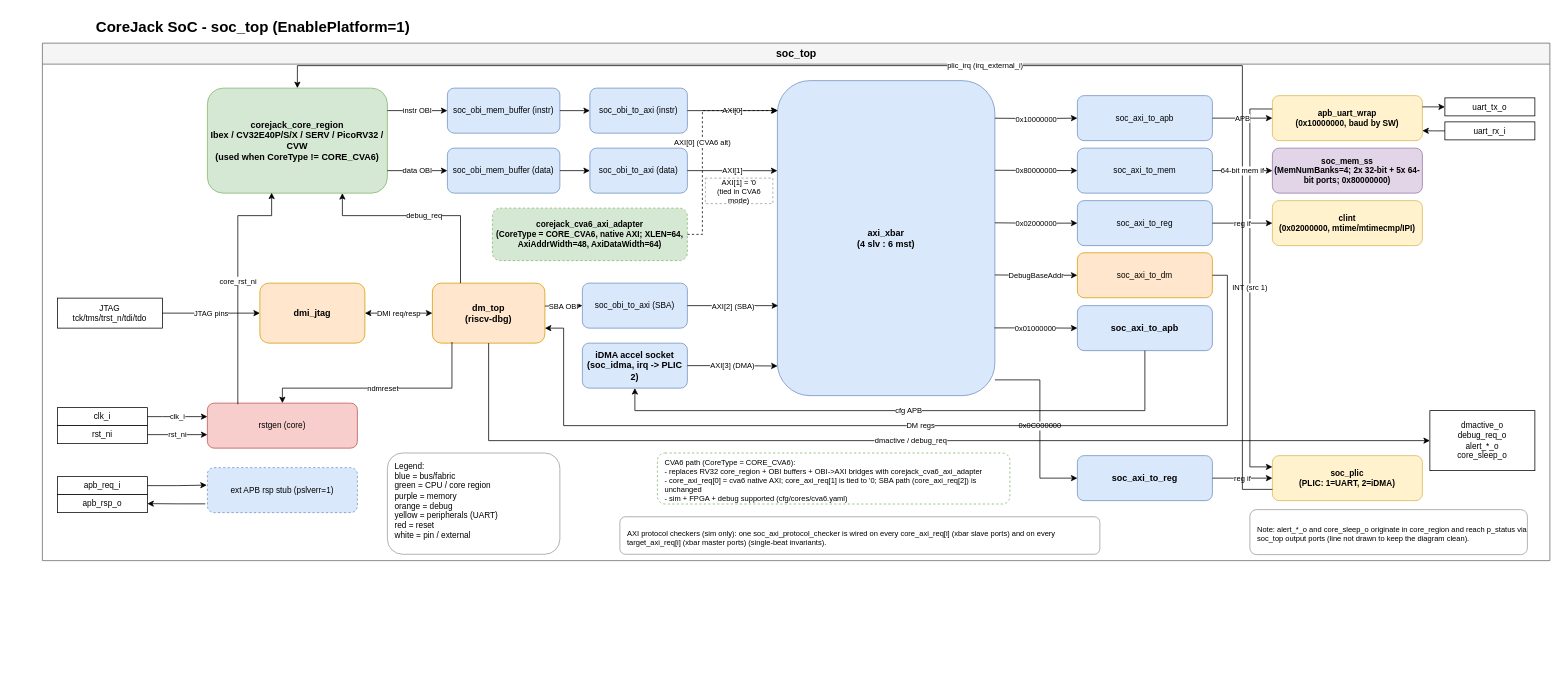
This is page "SoC Top-Level" (1 of 8) of docs/media/corejack_soc.drawio from patrickerich/corejack, a draw.io file, before an edit. Source tidied: cells renumbered, new cells numbered last; positions are measured from the earlier drawing's top-left corner, leaving out a move shared by most shapes. Both pictures are drawn from the tidied source at 75%, with x=0, y=0 at pixel (13, 13).
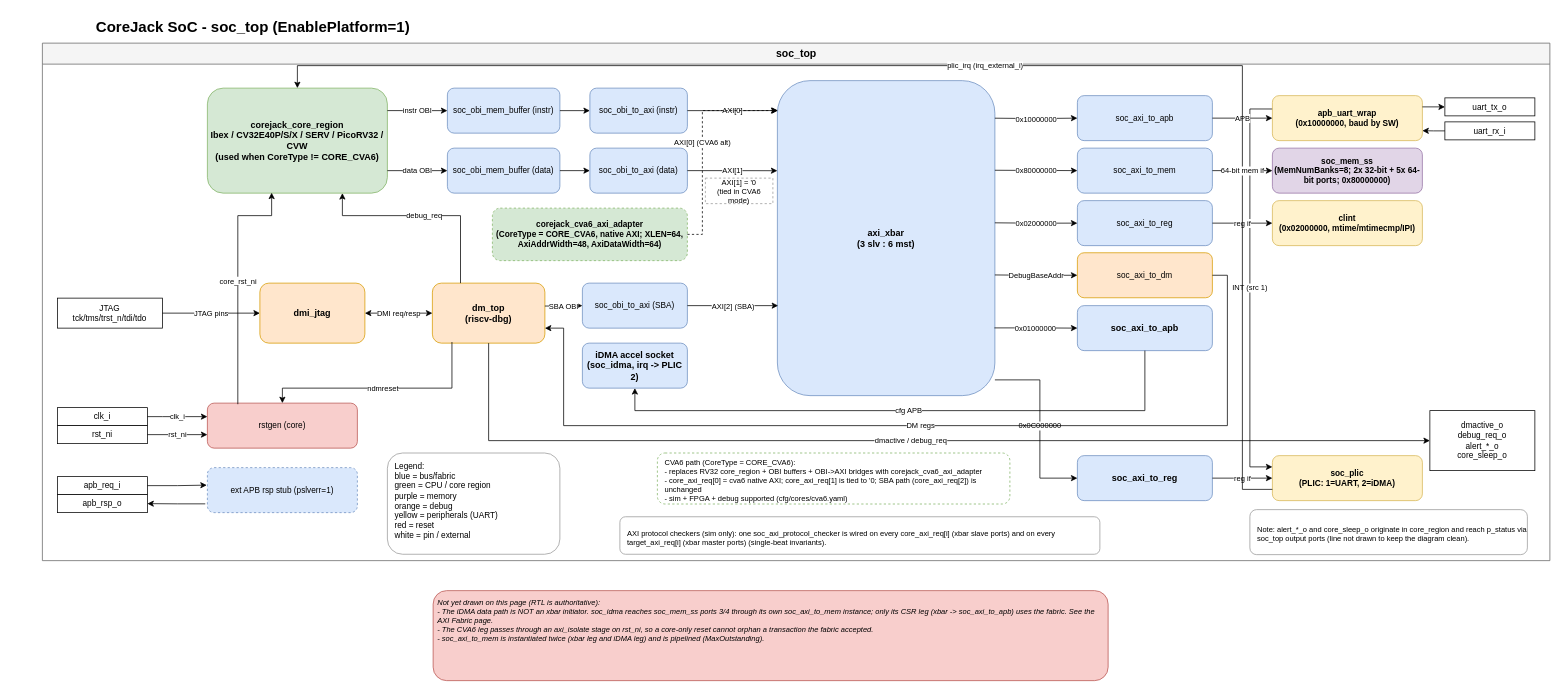
After the change.

Commit message (it also covers changes not shown here):
Redraw the block diagrams for the current fabric

Unchanged cells that the change refers to:
```xml
<mxCell id="3" value="soc_top" style="swimlane;fontSize=14;fontStyle=1;html=1;startSize=28;fillColor=#F5F5F5;strokeColor=#666666;swimlaneFillColor=#FFFFFF;" parent="1" vertex="1">
  <mxGeometry x="39" y="40" width="2010" height="690" as="geometry" />
</mxCell>
<mxCell id="23" value="iDMA accel socket&#10;(soc_idma, irq -&gt; PLIC 2)" style="rounded=1;whiteSpace=wrap;html=1;fillColor=#dae8fc;strokeColor=#6c8ebf;fontSize=12;fontStyle=1;verticalAlign=middle;" parent="3" vertex="1">
  <mxGeometry x="720" y="400" width="140" height="60" as="geometry" />
</mxCell>
```

Change to the diagram source:
```diff
@@
-    <mxCell id="22" value="axi_xbar&#10;(4 slv : 6 mst)" style="rounded=1;whiteSpace=wrap;html=1;fillColor=#dae8fc;strokeColor=#6c8ebf;fontSize=12;fontStyle=1;verticalAlign=middle;" parent="3" vertex="1">
+    <mxCell id="22" value="axi_xbar&#10;(3 slv : 6 mst)" style="rounded=1;whiteSpace=wrap;html=1;fillColor=#dae8fc;strokeColor=#6c8ebf;fontSize=12;fontStyle=1;verticalAlign=middle;" parent="3" vertex="1">
       <mxGeometry x="980" y="50" width="290" height="420" as="geometry" />
     </mxCell>
@@
-    <mxCell id="30" value="AXI[3] (DMA)" style="endArrow=classic;html=1;edgeStyle=orthogonalEdgeStyle;rounded=0;fontSize=10;exitX=1;exitY=0.5;entryX=0.001;entryY=0.906;entryDx=0;entryDy=0;entryPerimeter=0;" parent="3" edge="1" source="23" target="22">
-      <mxGeometry relative="1" as="geometry" />
-    </mxCell>
@@
-    <mxCell id="74" value="soc_mem_ss&#10;(MemNumBanks=4; 2x 32-bit + 5x 64-bit ports; 0x80000000)" style="rounded=1;whiteSpace=wrap;html=1;fillColor=#e1d5e7;strokeColor=#9673a6;fontSize=11;fontStyle=1;verticalAlign=middle;" parent="3" vertex="1">
+    <mxCell id="74" value="soc_mem_ss&#10;(MemNumBanks=8; 2x 32-bit + 5x 64-bit ports; 0x80000000)" style="rounded=1;whiteSpace=wrap;html=1;fillColor=#e1d5e7;strokeColor=#9673a6;fontSize=11;fontStyle=1;verticalAlign=middle;" parent="3" vertex="1">
       <mxGeometry x="1640" y="140" width="200" height="60" as="geometry" />
     </mxCell>
@@
+    <mxCell id="76" value="Not yet drawn on this page (RTL is authoritative):&#10;- The iDMA data path is NOT an xbar initiator. soc_idma reaches soc_mem_ss ports 3/4 through its own soc_axi_to_mem instance; only its CSR leg (xbar -&gt; soc_axi_to_apb) uses the fabric. See the AXI Fabric page.&#10;- The CVA6 leg passes through an axi_isolate stage on rst_ni, so a core-only reset cannot orphan a transaction the fabric accepted.&#10;- soc_axi_to_mem is instantiated twice (xbar leg and iDMA leg) and is pipelined (MaxOutstanding)." style="text;html=1;strokeColor=#b85450;fillColor=#f8cecc;align=left;verticalAlign=top;whiteSpace=wrap;rounded=1;fontSize=10;fontStyle=2;spacing=6;" parent="1" vertex="1">
+      <mxGeometry x="560" y="770" width="900" height="120" as="geometry" />
+    </mxCell>
```
